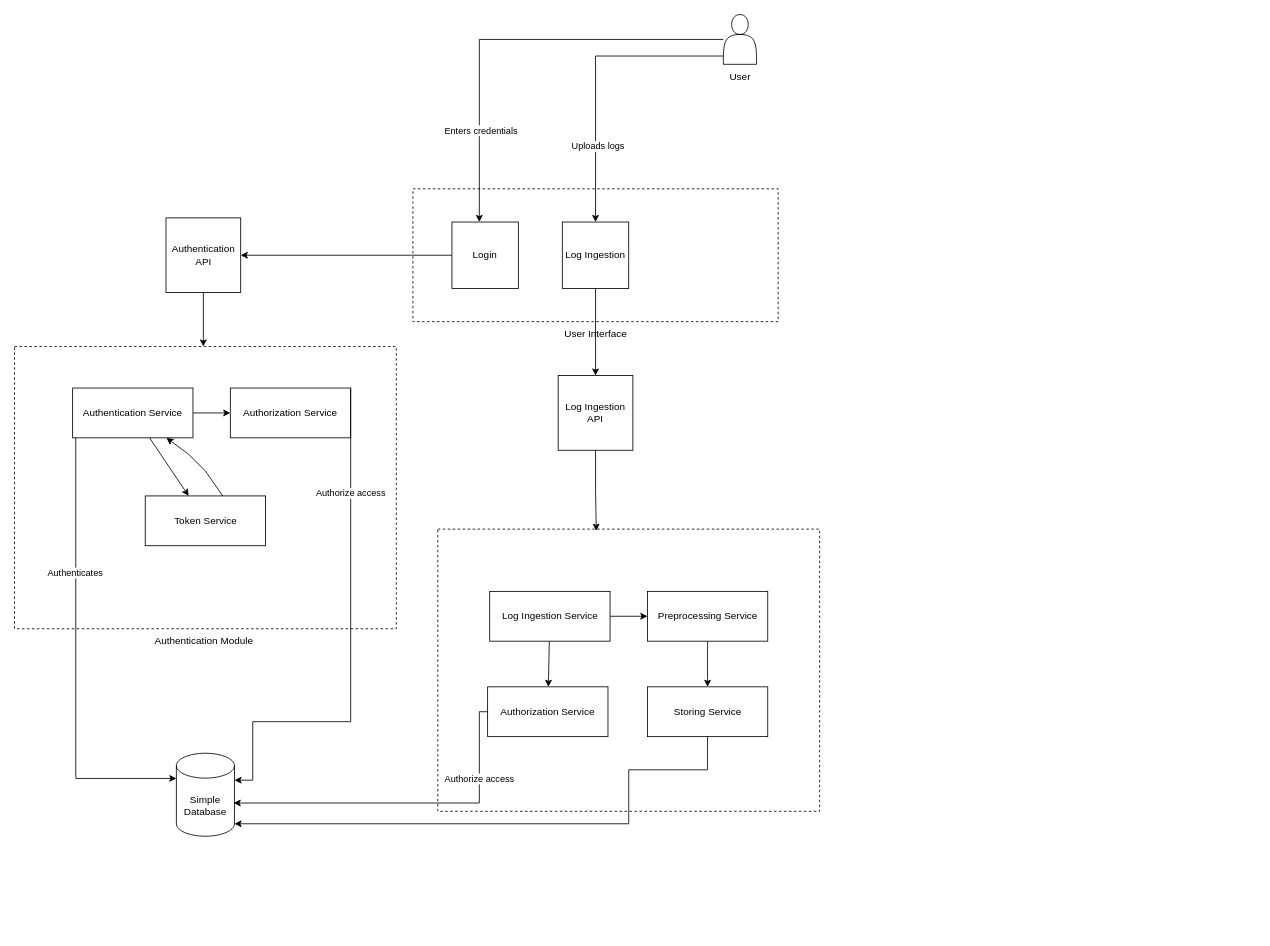
This is Untitled Diagram.drawio from Noumannomi123/LogsMate, a draw.io file, before an edit. Source tidied: cells renumbered, new cells numbered last; positions are measured from the earlier drawing's top-left corner, leaving out a move shared by most shapes. Both pictures are drawn from the tidied source at 83%, with x=0, y=0 at pixel (14, 14).
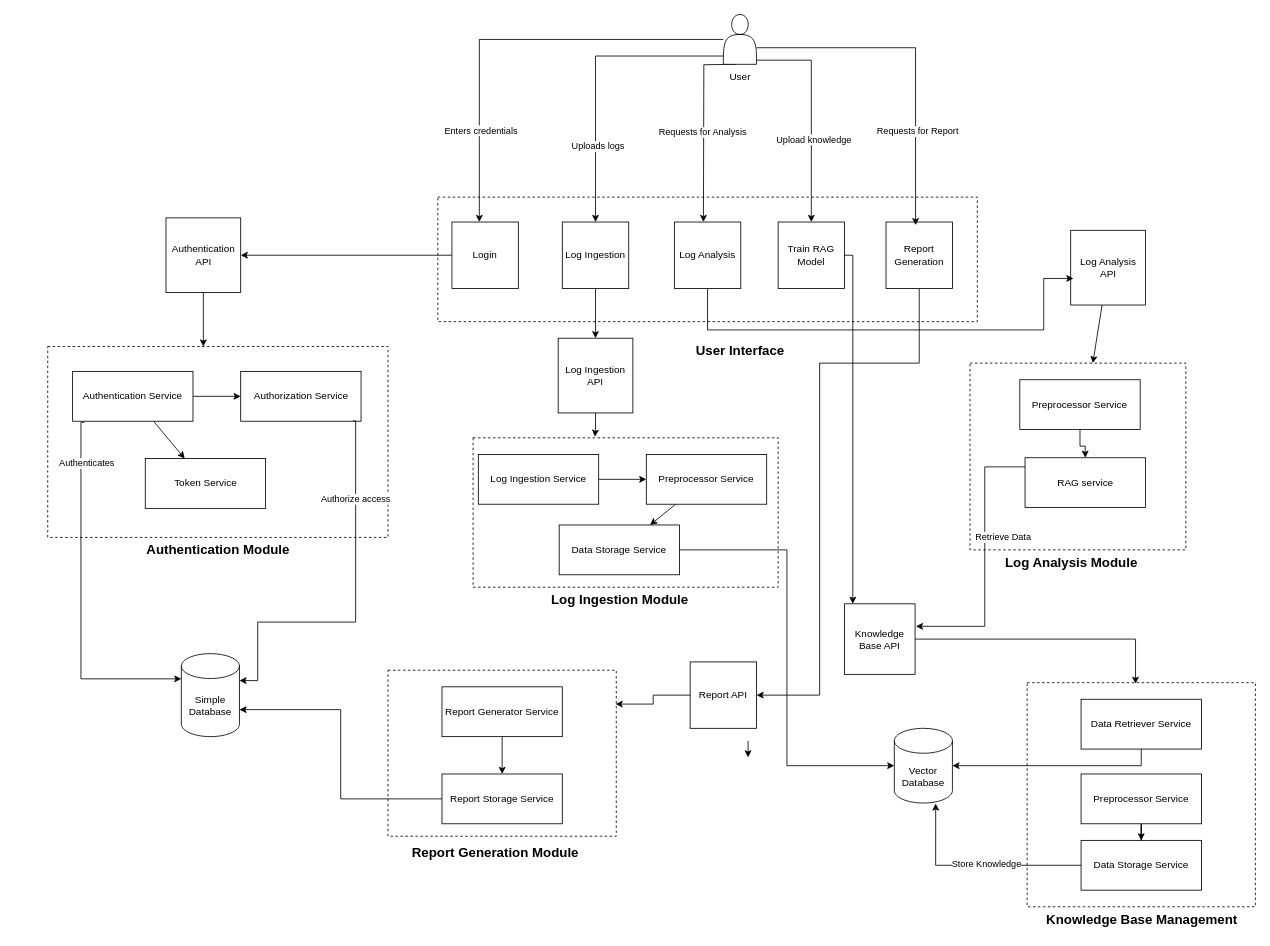
Above is the later version.

Unchanged cells that the change refers to:
```xml
<mxCell id="3" style="shape=actor;whiteSpace=wrap;html=1;" parent="1" vertex="1">
  <mxGeometry x="854" width="40" height="60" as="geometry" />
</mxCell>
```

The edit, as a diff of the source:
```diff
@@
+    <mxCell id="19" style="rounded=0;whiteSpace=wrap;html=1;dashed=1;" parent="1" vertex="1">
+      <mxGeometry x="510" y="220" width="650" height="150" as="geometry" />
+    </mxCell>
     <mxCell id="2" style="rounded=0;whiteSpace=wrap;html=1;dashed=1;" parent="1" vertex="1">
-      <mxGeometry y="400" width="460" height="340" as="geometry" />
+      <mxGeometry x="40" y="400" width="410" height="230" as="geometry" />
     </mxCell>
+    <mxCell id="42" style="edgeStyle=orthogonalEdgeStyle;rounded=0;orthogonalLoop=1;jettySize=auto;html=1;" parent="1" edge="1">
+      <mxGeometry relative="1" as="geometry">
+        <mxPoint x="869" y="60" as="sourcePoint" />
+        <mxPoint x="830" y="250" as="targetPoint" />
+      </mxGeometry>
+    </mxCell>
+    <mxCell id="43" value="Requests for Analysis" style="edgeLabel;html=1;align=center;verticalAlign=middle;" parent="42" vertex="1">
+      <mxGeometry x="0.05" y="-2" relative="1" as="geometry" />
+    </mxCell>
+    <mxCell id="44" style="edgeStyle=orthogonalEdgeStyle;rounded=0;jettySize=auto;html=1;entryX=0.5;entryY=0;entryDx=0;entryDy=0;" parent="1" edge="1" target="66">
+      <mxGeometry relative="1" as="geometry">
+        <mxPoint x="894" y="55" as="sourcePoint" />
+        <Array as="points">
+          <mxPoint x="960" y="55" />
+        </Array>
+      </mxGeometry>
+    </mxCell>
+    <mxCell id="45" value="Upload knowledge" style="edgeLabel;html=1;align=center;verticalAlign=middle;" parent="44" vertex="1">
+      <mxGeometry x="0.23" y="2" relative="1" as="geometry" />
+    </mxCell>
@@
-    <mxCell id="5" value="Authentication Module" style="text;html=1;align=center;verticalAlign=middle;strokeColor=none;fillColor=none;" parent="1" vertex="1">
-      <mxGeometry x="157.5" y="740" width="140" height="30" as="geometry" />
+    <mxCell id="5" value="&lt;b&gt;&lt;font style=&quot;font-size: 16px;&quot;&gt;Authentication Module&lt;/font&gt;&lt;/b&gt;" style="text;html=1;align=center;verticalAlign=middle;strokeColor=none;fillColor=none;" parent="1" vertex="1">
+      <mxGeometry x="145" y="630" width="200" height="30" as="geometry" />
     </mxCell>
@@
     <mxCell id="8" value="Authorization Service" style="rounded=0;whiteSpace=wrap;html=1;" parent="1" vertex="1">
-      <mxGeometry x="260" y="450" width="145" height="60" as="geometry" />
+      <mxGeometry x="272.5" y="430" width="145" height="60" as="geometry" />
     </mxCell>
@@
-    <mxCell id="10" style="edgeStyle=orthogonalEdgeStyle;rounded=0;orthogonalLoop=1;jettySize=auto;html=1;entryX=0;entryY=0;entryDx=0;entryDy=32.5;entryPerimeter=0;exitX=0.026;exitY=1.035;exitDx=0;exitDy=0;exitPerimeter=0;" parent="1" edge="1">
+    <mxCell id="10" style="edgeStyle=orthogonalEdgeStyle;rounded=0;jettySize=auto;html=1;entryX=0;entryY=0;entryDx=0;entryDy=32.5;entryPerimeter=0;exitX=0.101;exitY=1.021;exitDx=0;exitDy=0;exitPerimeter=0;" parent="1" edge="1" source="13">
       <mxGeometry relative="1" as="geometry">
-        <mxPoint x="73.8" y="510" as="sourcePoint" />
-        <mxPoint x="195" y="920.4" as="targetPoint" />
+        <mxPoint x="201" y="800.4" as="targetPoint" />
         <Array as="points">
-          <mxPoint x="74" y="918" />
-          <mxPoint x="74" y="920" />
+          <mxPoint x="80" y="491" />
+          <mxPoint x="80" y="800" />
         </Array>
       </mxGeometry>
     </mxCell>
     <mxCell id="11" value="Authenticates" style="edgeLabel;html=1;align=center;verticalAlign=middle;" parent="10" vertex="1">
-      <mxGeometry x="-0.39" y="-1" relative="1" as="geometry" />
+      <mxGeometry x="-0.39" y="-1" relative="1" as="geometry">
+        <mxPoint x="7" y="-79" as="offset" />
+      </mxGeometry>
     </mxCell>
@@
     <mxCell id="13" value="Authentication Service" style="rounded=0;whiteSpace=wrap;html=1;" parent="1" vertex="1">
-      <mxGeometry x="70" y="450" width="145" height="60" as="geometry" />
+      <mxGeometry x="70" y="430" width="145" height="60" as="geometry" />
     </mxCell>
-    <mxCell id="14" style="rounded=0;jettySize=auto;html=1;exitX=0.658;exitY=0.05;exitDx=0;exitDy=0;exitPerimeter=0;" parent="1" edge="1" source="15" target="13">
-      <mxGeometry relative="1" as="geometry">
-        <Array as="points">
-          <mxPoint x="230" y="550" />
-          <mxPoint x="210" y="530" />
-        </Array>
-      </mxGeometry>
-    </mxCell>
     <mxCell id="15" value="Token Service" style="rounded=0;whiteSpace=wrap;html=1;" parent="1" vertex="1">
-      <mxGeometry x="157.5" y="580" width="145" height="60" as="geometry" />
+      <mxGeometry x="157.5" y="535" width="145" height="60" as="geometry" />
     </mxCell>
     <mxCell id="16" value="Simple Database" style="shape=cylinder3;whiteSpace=wrap;html=1;boundedLbl=1;backgroundOutline=1;size=15;" parent="1" vertex="1">
-      <mxGeometry x="195" y="890" width="70" height="100" as="geometry" />
+      <mxGeometry x="201" y="770" width="70" height="100" as="geometry" />
     </mxCell>
-    <mxCell id="17" style="edgeStyle=orthogonalEdgeStyle;rounded=0;jettySize=auto;html=1;entryX=1;entryY=0;entryDx=0;entryDy=32.5;entryPerimeter=0;" parent="1" edge="1" target="16">
+    <mxCell id="17" style="edgeStyle=orthogonalEdgeStyle;rounded=0;jettySize=auto;html=1;entryX=1;entryY=0;entryDx=0;entryDy=32.5;entryPerimeter=0;exitX=0.935;exitY=0.993;exitDx=0;exitDy=0;exitPerimeter=0;" parent="1" edge="1" source="8" target="16">
       <mxGeometry relative="1" as="geometry">
-        <mxPoint x="405" y="450" as="sourcePoint" />
         <Array as="points">
-          <mxPoint x="405" y="852" />
-          <mxPoint x="287" y="852" />
-          <mxPoint x="287" y="923" />
+          <mxPoint x="411" y="490" />
+          <mxPoint x="411" y="732" />
+          <mxPoint x="293" y="732" />
+          <mxPoint x="293" y="802" />
         </Array>
       </mxGeometry>
     </mxCell>
@@
-    <mxCell id="19" style="rounded=0;whiteSpace=wrap;html=1;dashed=1;" parent="1" vertex="1">
-      <mxGeometry x="480" y="210" width="440" height="160" as="geometry" />
-    </mxCell>
@@
     <mxCell id="28" style="rounded=0;whiteSpace=wrap;html=1;dashed=1;" parent="1" vertex="1">
-      <mxGeometry x="510" y="620" width="460" height="340" as="geometry" />
+      <mxGeometry x="552.5" y="510" width="367.5" height="180" as="geometry" />
     </mxCell>
-    <mxCell id="29" style="edgeStyle=orthogonalEdgeStyle;rounded=0;jettySize=auto;html=1;" parent="1" edge="1" source="30" target="40">
+    <mxCell id="29" style="rounded=0;jettySize=auto;html=1;" parent="1" edge="1" source="30" target="40">
       <mxGeometry relative="1" as="geometry" />
     </mxCell>
-    <mxCell id="30" value="Preprocessing Service" style="rounded=0;whiteSpace=wrap;html=1;" parent="1" vertex="1">
-      <mxGeometry x="762.5" y="695" width="145" height="60" as="geometry" />
+    <mxCell id="30" value="Preprocessor Service" style="rounded=0;whiteSpace=wrap;html=1;" parent="1" vertex="1">
+      <mxGeometry x="761.2" y="530" width="145" height="60" as="geometry" />
     </mxCell>
@@
-    <mxCell id="32" style="rounded=0;jettySize=auto;html=1;" parent="1" edge="1" source="33" target="37">
-      <mxGeometry relative="1" as="geometry" />
-    </mxCell>
     <mxCell id="33" value="Log Ingestion Service" style="rounded=0;whiteSpace=wrap;html=1;" parent="1" vertex="1">
-      <mxGeometry x="572.5" y="695" width="145" height="60" as="geometry" />
+      <mxGeometry x="558.8" y="530" width="145" height="60" as="geometry" />
     </mxCell>
     <mxCell id="34" value="Log Ingestion API" style="whiteSpace=wrap;html=1;" parent="1" vertex="1">
-      <mxGeometry x="655" y="435" width="90" height="90" as="geometry" />
+      <mxGeometry x="655" y="390" width="90" height="90" as="geometry" />
     </mxCell>
-    <mxCell id="35" value="User Interface" style="text;html=1;align=center;verticalAlign=middle;strokeColor=none;fillColor=none;" parent="1" vertex="1">
-      <mxGeometry x="650" y="370" width="100" height="30" as="geometry" />
+    <mxCell id="35" value="&lt;font style=&quot;font-size: 16px;&quot;&gt;&lt;b&gt;User Interface&lt;/b&gt;&lt;/font&gt;" style="text;html=1;align=center;verticalAlign=middle;strokeColor=none;fillColor=none;" parent="1" vertex="1">
+      <mxGeometry x="809" y="390" width="130" height="30" as="geometry" />
     </mxCell>
+    <mxCell id="40" value="Data Storage Service" style="rounded=0;whiteSpace=wrap;html=1;" parent="1" vertex="1">
+      <mxGeometry x="656.2" y="615" width="145" height="60" as="geometry" />
+    </mxCell>
+    <mxCell id="46" style="rounded=0;whiteSpace=wrap;html=1;dashed=1;" parent="1" vertex="1">
+      <mxGeometry x="1151.2" y="420" width="260" height="225" as="geometry" />
+    </mxCell>
+    <mxCell id="47" style="edgeStyle=orthogonalEdgeStyle;rounded=0;jettySize=auto;html=1;entryX=1.012;entryY=0.319;entryDx=0;entryDy=0;entryPerimeter=0;" parent="1" edge="1" target="60">
+      <mxGeometry relative="1" as="geometry">
+        <mxPoint x="1221.3" y="545" as="sourcePoint" />
+        <Array as="points">
+          <mxPoint x="1169" y="545" />
+          <mxPoint x="1169" y="737" />
+        </Array>
+      </mxGeometry>
+    </mxCell>
+    <mxCell id="48" value="Retrieve Data" style="edgeLabel;html=1;align=center;verticalAlign=middle;" parent="47" vertex="1">
+      <mxGeometry x="0.07" y="2" relative="1" as="geometry">
+        <mxPoint x="19" y="-38" as="offset" />
+      </mxGeometry>
+    </mxCell>
+    <mxCell id="49" value="RAG service" style="rounded=0;whiteSpace=wrap;html=1;" parent="1" vertex="1">
+      <mxGeometry x="1217.5" y="534" width="145" height="60" as="geometry" />
+    </mxCell>
+    <mxCell id="50" value="&lt;b&gt;&lt;font style=&quot;font-size: 16px;&quot;&gt;Log Analysis Module&lt;/font&gt;&lt;/b&gt;" style="text;html=1;align=center;verticalAlign=middle;strokeColor=none;fillColor=none;" parent="1" vertex="1">
+      <mxGeometry x="1182.5" y="645" width="180" height="30" as="geometry" />
+    </mxCell>
+    <mxCell id="51" style="rounded=0;jettySize=auto;html=1;" parent="1" edge="1" source="52" target="46">
+      <mxGeometry relative="1" as="geometry" />
+    </mxCell>
+    <mxCell id="52" value="Log Analysis API" style="whiteSpace=wrap;html=1;" parent="1" vertex="1">
+      <mxGeometry x="1272.5" y="260" width="90" height="90" as="geometry" />
+    </mxCell>
+    <mxCell id="53" value="Log Analysis" style="whiteSpace=wrap;html=1;" parent="1" vertex="1">
+      <mxGeometry x="795" y="250" width="80" height="80" as="geometry" />
+    </mxCell>
+    <mxCell id="54" style="rounded=0;whiteSpace=wrap;html=1;dashed=1;" parent="1" vertex="1">
+      <mxGeometry x="1220" y="805" width="275" height="270" as="geometry" />
+    </mxCell>
+    <mxCell id="55" style="edgeStyle=orthogonalEdgeStyle;rounded=0;jettySize=auto;html=1;" parent="1" edge="1" source="56" target="58">
+      <mxGeometry relative="1" as="geometry">
+        <Array as="points">
+          <mxPoint x="1357" y="905" />
+        </Array>
+      </mxGeometry>
+    </mxCell>
+    <mxCell id="56" value="Data Retriever Service" style="rounded=0;whiteSpace=wrap;html=1;" parent="1" vertex="1">
+      <mxGeometry x="1285" y="825" width="145" height="60" as="geometry" />
+    </mxCell>
+    <mxCell id="57" value="&lt;b&gt;&lt;font style=&quot;font-size: 16px;&quot;&gt;Knowledge Base Management&lt;/font&gt;&lt;/b&gt;" style="text;html=1;align=center;verticalAlign=middle;strokeColor=none;fillColor=none;" parent="1" vertex="1">
+      <mxGeometry x="1232.5" y="1075" width="250" height="30" as="geometry" />
+    </mxCell>
+    <mxCell id="58" value="Vector Database" style="shape=cylinder3;whiteSpace=wrap;html=1;boundedLbl=1;backgroundOutline=1;size=15;" parent="1" vertex="1">
+      <mxGeometry x="1060" y="860" width="70" height="90" as="geometry" />
+    </mxCell>
+    <mxCell id="59" style="edgeStyle=orthogonalEdgeStyle;rounded=0;jettySize=auto;html=1;entryX=0.475;entryY=0.005;entryDx=0;entryDy=0;entryPerimeter=0;" parent="1" edge="1" source="60" target="54">
+      <mxGeometry relative="1" as="geometry" />
+    </mxCell>
+    <mxCell id="60" value="Knowledge Base API" style="whiteSpace=wrap;html=1;" parent="1" vertex="1">
+      <mxGeometry x="1000" y="710" width="85" height="85" as="geometry" />
+    </mxCell>
+    <mxCell id="61" value="Data Storage Service" style="rounded=0;whiteSpace=wrap;html=1;" parent="1" vertex="1">
+      <mxGeometry x="1285" y="995" width="145" height="60" as="geometry" />
+    </mxCell>
+    <mxCell id="62" style="edgeStyle=orthogonalEdgeStyle;rounded=0;jettySize=auto;html=1;entryX=0.712;entryY=1.006;entryDx=0;entryDy=0;entryPerimeter=0;" parent="1" edge="1" source="61" target="58">
+      <mxGeometry relative="1" as="geometry" />
+    </mxCell>
+    <mxCell id="63" value="Store Knowledge" style="edgeLabel;html=1;align=center;verticalAlign=middle;" parent="62" vertex="1">
+      <mxGeometry x="-0.61" y="-1" relative="1" as="geometry">
+        <mxPoint x="-66" y="-1" as="offset" />
+      </mxGeometry>
+    </mxCell>
+    <mxCell id="64" style="edgeStyle=orthogonalEdgeStyle;rounded=0;orthogonalLoop=1;jettySize=auto;html=1;entryX=0.5;entryY=0;entryDx=0;entryDy=0;" parent="62" edge="1">
+      <mxGeometry relative="1" as="geometry">
+        <mxPoint x="883.8" y="875" as="sourcePoint" />
+        <mxPoint x="883.8" y="895" as="targetPoint" />
+      </mxGeometry>
+    </mxCell>
+    <mxCell id="65" style="edgeStyle=orthogonalEdgeStyle;rounded=0;jettySize=auto;html=1;" parent="1" edge="1" source="66">
+      <mxGeometry relative="1" as="geometry">
+        <mxPoint x="1010" y="710" as="targetPoint" />
+        <Array as="points">
+          <mxPoint x="1010" y="290" />
+          <mxPoint x="1010" y="710" />
+        </Array>
+      </mxGeometry>
+    </mxCell>
+    <mxCell id="66" value="Train RAG Model" style="whiteSpace=wrap;html=1;" parent="1" vertex="1">
+      <mxGeometry x="920" y="250" width="80" height="80" as="geometry" />
+    </mxCell>
+    <mxCell id="67" style="edgeStyle=orthogonalEdgeStyle;rounded=0;jettySize=auto;html=1;entryX=0.5;entryY=0;entryDx=0;entryDy=0;" parent="1" edge="1" source="68" target="49">
+      <mxGeometry relative="1" as="geometry" />
+    </mxCell>
+    <mxCell id="68" value="Preprocessor Service" style="rounded=0;whiteSpace=wrap;html=1;" parent="1" vertex="1">
+      <mxGeometry x="1211.2" y="440" width="145" height="60" as="geometry" />
+    </mxCell>
+    <mxCell id="69" style="edgeStyle=orthogonalEdgeStyle;rounded=0;jettySize=auto;html=1;entryX=0.5;entryY=0;entryDx=0;entryDy=0;" parent="1" edge="1" source="70" target="61">
+      <mxGeometry relative="1" as="geometry" />
+    </mxCell>
+    <mxCell id="70" value="Preprocessor Service" style="rounded=0;whiteSpace=wrap;html=1;" parent="1" vertex="1">
+      <mxGeometry x="1285" y="915" width="145" height="60" as="geometry" />
+    </mxCell>
+    <mxCell id="71" style="edgeStyle=orthogonalEdgeStyle;rounded=0;jettySize=auto;html=1;" parent="1" edge="1" source="72" target="78">
+      <mxGeometry relative="1" as="geometry">
+        <Array as="points">
+          <mxPoint x="1090" y="420" />
+          <mxPoint x="970" y="420" />
+          <mxPoint x="970" y="820" />
+          <mxPoint x="814" y="820" />
+        </Array>
+      </mxGeometry>
+    </mxCell>
+    <mxCell id="72" value="Report Generation" style="whiteSpace=wrap;html=1;" parent="1" vertex="1">
+      <mxGeometry x="1050" y="250" width="80" height="80" as="geometry" />
+    </mxCell>
+    <mxCell id="73" value="&lt;b&gt;&lt;font style=&quot;font-size: 16px;&quot;&gt;Log Ingestion Module&lt;/font&gt;&lt;/b&gt;" style="text;html=1;align=center;verticalAlign=middle;strokeColor=none;fillColor=none;" parent="1" vertex="1">
+      <mxGeometry x="633.8" y="690" width="190" height="30" as="geometry" />
+    </mxCell>
+    <mxCell id="74" style="edgeStyle=orthogonalEdgeStyle;rounded=0;jettySize=auto;html=1;entryX=0.445;entryY=0.047;entryDx=0;entryDy=0;entryPerimeter=0;" parent="1" edge="1" source="3" target="72">
+      <mxGeometry relative="1" as="geometry">
+        <Array as="points">
+          <mxPoint x="1086" y="40" />
+        </Array>
+      </mxGeometry>
+    </mxCell>
+    <mxCell id="75" value="Requests for Report" style="edgeLabel;html=1;align=center;verticalAlign=middle;" parent="74" vertex="1">
+      <mxGeometry x="0.44" y="2" relative="1" as="geometry" />
+    </mxCell>
+    <mxCell id="76" style="edgeStyle=orthogonalEdgeStyle;rounded=0;jettySize=auto;html=1;entryX=0.037;entryY=0.644;entryDx=0;entryDy=0;entryPerimeter=0;" parent="1" edge="1" source="53" target="52">
+      <mxGeometry relative="1" as="geometry">
+        <Array as="points">
+          <mxPoint x="835" y="380" />
+          <mxPoint x="1240" y="380" />
+          <mxPoint x="1240" y="318" />
+        </Array>
+      </mxGeometry>
+    </mxCell>
+    <mxCell id="77" style="edgeStyle=orthogonalEdgeStyle;rounded=0;jettySize=auto;html=1;entryX=0;entryY=0.5;entryDx=0;entryDy=0;entryPerimeter=0;" parent="1" edge="1" source="40" target="58">
+      <mxGeometry relative="1" as="geometry" />
+    </mxCell>
+    <mxCell id="78" value="Report API" style="whiteSpace=wrap;html=1;" parent="1" vertex="1">
+      <mxGeometry x="814" y="780" width="80" height="80" as="geometry" />
+    </mxCell>
-    <mxCell id="36" style="edgeStyle=orthogonalEdgeStyle;rounded=0;jettySize=auto;html=1;entryX=0.415;entryY=0.006;entryDx=0;entryDy=0;entryPerimeter=0;" parent="1" edge="1" source="34" target="28">
+    <mxCell id="36" style="edgeStyle=orthogonalEdgeStyle;rounded=0;jettySize=auto;html=1;entryX=0.399;entryY=-0.007;entryDx=0;entryDy=0;entryPerimeter=0;" parent="1" edge="1" source="34" target="28">
       <mxGeometry relative="1" as="geometry" />
     </mxCell>
-    <mxCell id="37" value="Authorization Service" style="rounded=0;whiteSpace=wrap;html=1;" parent="1" vertex="1">
-      <mxGeometry x="570" y="810" width="145" height="60" as="geometry" />
-    </mxCell>
-    <mxCell id="38" style="edgeStyle=orthogonalEdgeStyle;rounded=0;jettySize=auto;html=1;" parent="1" edge="1" source="37">
-      <mxGeometry relative="1" as="geometry">
-        <mxPoint x="264" y="950" as="targetPoint" />
-        <Array as="points">
-          <mxPoint x="560" y="840" />
-          <mxPoint x="560" y="950" />
-          <mxPoint x="264" y="950" />
-        </Array>
-      </mxGeometry>
-    </mxCell>
-    <mxCell id="39" value="Authorize access" style="edgeLabel;html=1;align=center;verticalAlign=middle;" parent="38" vertex="1">
-      <mxGeometry x="-0.63" y="-1" relative="1" as="geometry">
-        <mxPoint y="13" as="offset" />
-      </mxGeometry>
-    </mxCell>
-    <mxCell id="40" value="Storing Service" style="rounded=0;whiteSpace=wrap;html=1;" parent="1" vertex="1">
-      <mxGeometry x="762.5" y="810" width="145" height="60" as="geometry" />
-    </mxCell>
-    <mxCell id="41" style="edgeStyle=orthogonalEdgeStyle;rounded=0;jettySize=auto;html=1;entryX=1;entryY=1;entryDx=0;entryDy=-15;entryPerimeter=0;exitX=0.5;exitY=1;exitDx=0;exitDy=0;" parent="1" edge="1" source="40" target="16">
-      <mxGeometry relative="1" as="geometry">
-        <Array as="points">
-          <mxPoint x="835" y="910" />
-          <mxPoint x="740" y="910" />
-          <mxPoint x="740" y="975" />
-        </Array>
-      </mxGeometry>
-    </mxCell>
+    <mxCell id="79" style="rounded=0;whiteSpace=wrap;html=1;dashed=1;" parent="1" vertex="1">
+      <mxGeometry x="450" y="790" width="275" height="200" as="geometry" />
+    </mxCell>
+    <mxCell id="80" style="edgeStyle=orthogonalEdgeStyle;rounded=0;jettySize=auto;html=1;" parent="1" edge="1" source="81" target="84">
+      <mxGeometry relative="1" as="geometry" />
+    </mxCell>
+    <mxCell id="81" value="Report Generator Service" style="rounded=0;whiteSpace=wrap;html=1;" parent="1" vertex="1">
+      <mxGeometry x="515" y="810" width="145" height="60" as="geometry" />
+    </mxCell>
+    <mxCell id="82" value="&lt;b&gt;&lt;font style=&quot;font-size: 16px;&quot;&gt;Report Generation Module&lt;/font&gt;&lt;/b&gt;" style="text;html=1;align=center;verticalAlign=middle;strokeColor=none;fillColor=none;" parent="1" vertex="1">
+      <mxGeometry x="468.8" y="995" width="220" height="30" as="geometry" />
+    </mxCell>
+    <mxCell id="83" style="edgeStyle=orthogonalEdgeStyle;rounded=0;jettySize=auto;html=1;entryX=0.997;entryY=0.204;entryDx=0;entryDy=0;entryPerimeter=0;" parent="1" edge="1" source="78" target="79">
+      <mxGeometry relative="1" as="geometry" />
+    </mxCell>
+    <mxCell id="84" value="Report Storage Service" style="rounded=0;whiteSpace=wrap;html=1;" parent="1" vertex="1">
+      <mxGeometry x="515" y="915" width="145" height="60" as="geometry" />
+    </mxCell>
+    <mxCell id="85" style="edgeStyle=orthogonalEdgeStyle;rounded=0;jettySize=auto;html=1;entryX=1;entryY=0;entryDx=0;entryDy=67.5;entryPerimeter=0;" parent="1" edge="1" source="84" target="16">
+      <mxGeometry relative="1" as="geometry" />
+    </mxCell>
```
